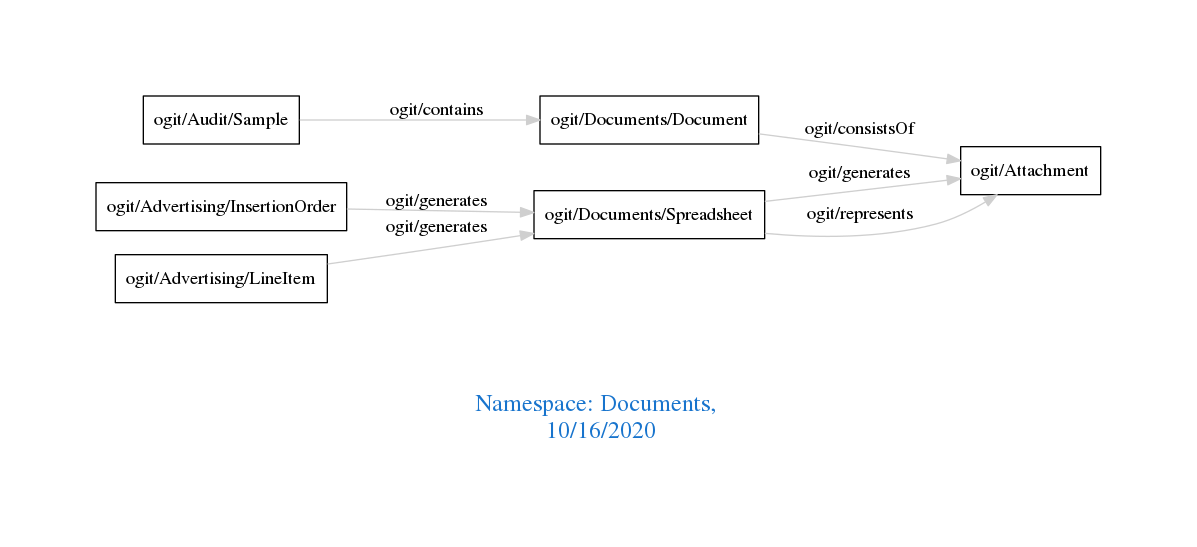
Above: downloads/Documents.png in arago/OGIT (Graphviz), before the change. Its source is kept beside it as downloads/Documents.dot.
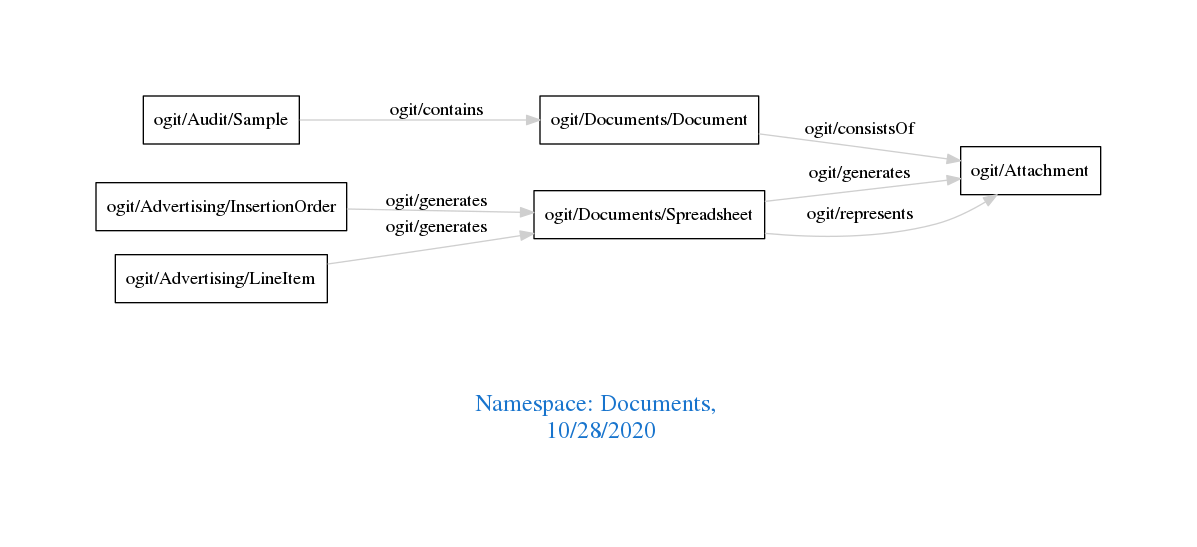
The same file after the commit.

What changed in the source:
```diff
@@ -1,7 +1,7 @@
 digraph OGIT_ontology {
  graph [ rankdir= LR,pad=1
 fontsize = 18,
-fontcolor= dodgerblue3,label = "\n\n\nNamespace: Documents, \n 10/16/2020"];
+fontcolor= dodgerblue3,label = "\n\n\nNamespace: Documents, \n 10/28/2020"];
 node[shape=polygon];
 edge [  color="gray81"];
 
```
